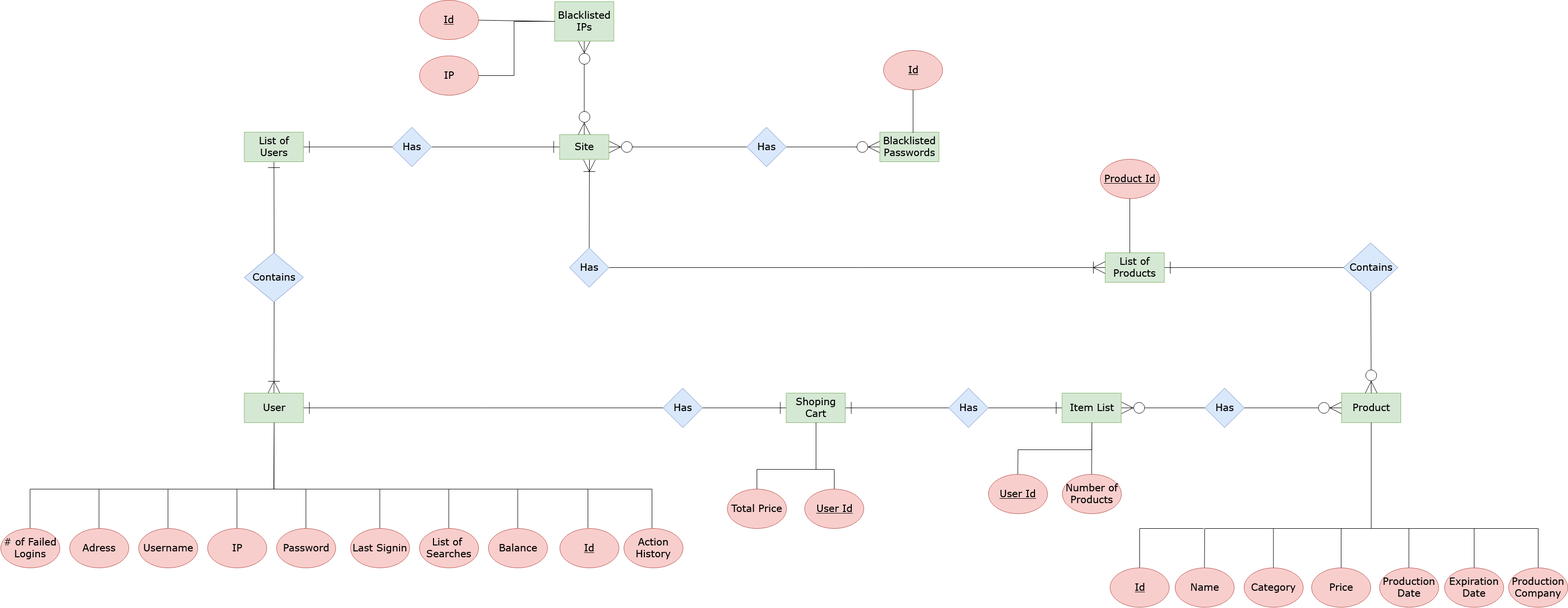
Paul-Reftu/DBMSP-2018-2019 keeps this draw.io diagram as ERD.png. Above is the earlier version. Source tidied: cells renumbered, new cells last; positions are measured from the earlier drawing's top-left corner, leaving out a move shared by most shapes.
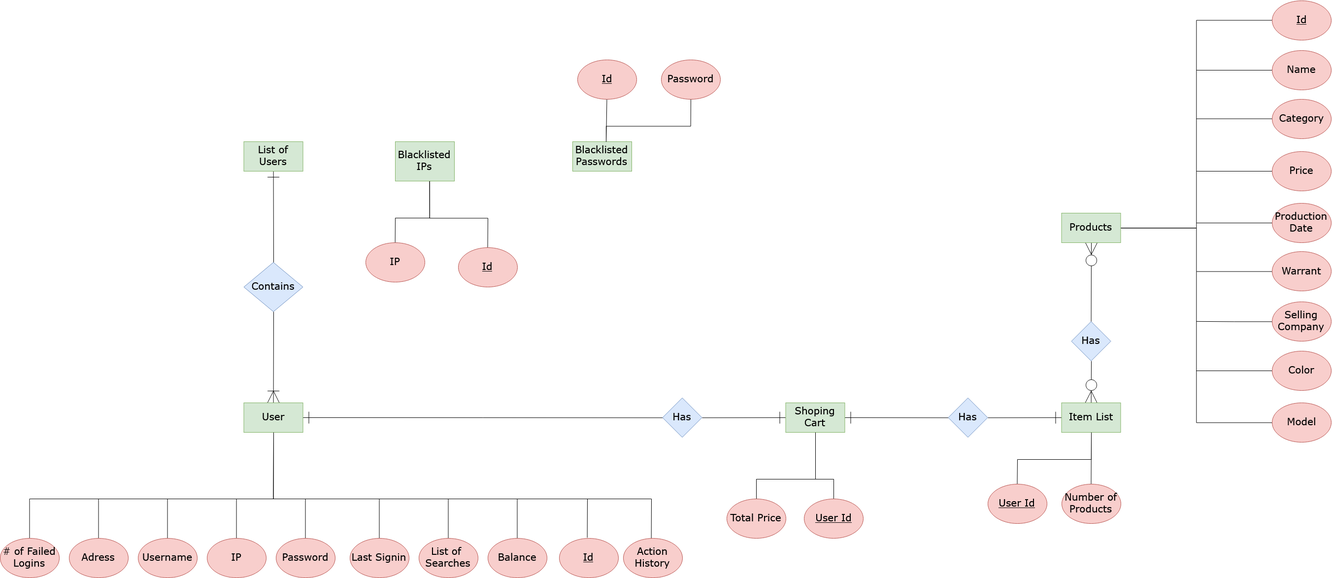
The same file after the commit.

Change to the diagram source:
```diff
@@ -4,32 +4,8 @@
     <mxCell id="1" parent="0" />
-    <mxCell id="2" style="edgeStyle=none;rounded=0;jettySize=auto;html=1;entryX=0;entryY=0.5;entryDx=0;entryDy=0;startArrow=ERzeroToMany;startFill=1;endArrow=none;endFill=0;fontFamily=Verdana;fontSize=20;endSize=22;startSize=22;" parent="1" edge="1" source="4" target="8">
-      <mxGeometry relative="1" as="geometry" />
-    </mxCell>
-    <mxCell id="3" style="edgeStyle=none;rounded=0;jettySize=auto;html=1;startArrow=none;startFill=0;endArrow=ERone;endFill=0;fontFamily=Verdana;fontSize=20;exitX=1;exitY=0.5;exitDx=0;exitDy=0;endSize=22;startSize=22;" parent="1" edge="1" source="10" target="4">
-      <mxGeometry relative="1" as="geometry" />
-    </mxCell>
-    <mxCell id="4" value="&lt;font style=&quot;font-size: 20px&quot; face=&quot;Verdana&quot;&gt;Site&lt;/font&gt;" style="rounded=0;whiteSpace=wrap;html=1;fillColor=#d5e8d4;strokeColor=#82b366;" parent="1" vertex="1">
-      <mxGeometry x="1134.5" y="273" width="100" height="50" as="geometry" />
-    </mxCell>
-    <mxCell id="5" style="rounded=0;jettySize=auto;html=1;startArrow=ERzeroToMany;startFill=1;endArrow=ERzeroToMany;endFill=1;endSize=22;startSize=22;" parent="1" edge="1" source="6" target="4">
-      <mxGeometry relative="1" as="geometry" />
-    </mxCell>
     <mxCell id="6" value="&lt;div&gt;&lt;font style=&quot;font-size: 20px&quot; face=&quot;Verdana&quot;&gt;Blacklisted &lt;/font&gt;&lt;font style=&quot;font-size: 20px&quot; face=&quot;Verdana&quot;&gt;IPs&lt;/font&gt;&lt;/div&gt;" style="rounded;whiteSpace=wrap;html=1;fillColor=#d5e8d4;strokeColor=#82b366;" parent="1" vertex="1">
-      <mxGeometry x="1124.5" y="3" width="120" height="80" as="geometry" />
+      <mxGeometry x="802" y="268" width="120" height="80" as="geometry" />
     </mxCell>
-    <mxCell id="7" style="edgeStyle=none;rounded=0;jettySize=auto;html=1;entryX=0;entryY=0.5;entryDx=0;entryDy=0;startArrow=none;startFill=0;endArrow=ERzeroToMany;endFill=1;fontFamily=Verdana;fontSize=20;endSize=22;startSize=22;" parent="1" edge="1" source="8" target="9">
-      <mxGeometry relative="1" as="geometry" />
-    </mxCell>
-    <mxCell id="8" value="Has" style="rhombus;whiteSpace=wrap;html=1;fontFamily=Verdana;fontSize=20;fillColor=#dae8fc;strokeColor=#6c8ebf;" parent="1" vertex="1">
-      <mxGeometry x="1514.5" y="258" width="80" height="80" as="geometry" />
-    </mxCell>
     <mxCell id="9" value="Blacklisted Passwords" style="rounded=0;whiteSpace=wrap;html=1;fontFamily=Verdana;fontSize=20;fillColor=#d5e8d4;strokeColor=#82b366;" parent="1" vertex="1">
-      <mxGeometry x="1784.5" y="268" width="120" height="60" as="geometry" />
+      <mxGeometry x="1162" y="268" width="120" height="60" as="geometry" />
     </mxCell>
-    <mxCell id="10" value="Has" style="rhombus;whiteSpace=wrap;html=1;fontFamily=Verdana;fontSize=20;fillColor=#dae8fc;strokeColor=#6c8ebf;" parent="1" vertex="1">
-      <mxGeometry x="794.5" y="258" width="80" height="80" as="geometry" />
-    </mxCell>
-    <mxCell id="11" style="edgeStyle=none;rounded=0;jettySize=auto;html=1;startArrow=none;startFill=0;endArrow=ERone;endFill=0;fontFamily=Verdana;fontSize=20;exitX=0;exitY=0.5;exitDx=0;exitDy=0;endSize=22;startSize=22;" parent="1" edge="1" source="10" target="13">
-      <mxGeometry relative="1" as="geometry" />
-    </mxCell>
     <mxCell id="12" style="edgeStyle=none;rounded=0;jettySize=auto;html=1;startArrow=none;startFill=0;endArrow=ERone;endFill=0;fontFamily=Verdana;fontSize=20;exitX=0.5;exitY=0;exitDx=0;exitDy=0;endSize=22;startSize=22;" parent="1" edge="1" source="14" target="13">
@@ -151,3 +127,3 @@
     </mxCell>
-    <mxCell id="42" style="edgeStyle=none;rounded=0;jettySize=auto;html=1;entryX=0;entryY=0.5;entryDx=0;entryDy=0;startArrow=ERzeroToMany;startFill=1;endArrow=none;endFill=0;fontFamily=Verdana;fontSize=20;endSize=22;startSize=22;" parent="1" edge="1" source="43" target="47">
+    <mxCell id="42" style="edgeStyle=none;rounded=0;jettySize=auto;html=1;entryX=0.5;entryY=1;entryDx=0;entryDy=0;startArrow=ERzeroToMany;startFill=1;endArrow=none;endFill=0;fontFamily=Verdana;fontSize=20;endSize=22;startSize=22;" parent="1" edge="1" source="43" target="47">
       <mxGeometry relative="1" as="geometry" />
@@ -163,76 +139,66 @@
     </mxCell>
-    <mxCell id="46" style="edgeStyle=none;rounded=0;jettySize=auto;html=1;entryX=0;entryY=0.5;entryDx=0;entryDy=0;startArrow=none;startFill=0;endArrow=ERzeroToMany;endFill=1;fontFamily=Verdana;fontSize=20;endSize=22;startSize=22;" parent="1" edge="1" source="47" target="48">
-      <mxGeometry relative="1" as="geometry" />
+    <mxCell id="46" style="edgeStyle=none;rounded=0;jettySize=auto;html=1;startArrow=none;startFill=0;endArrow=ERzeroToMany;endFill=1;fontFamily=Verdana;fontSize=20;endSize=22;startSize=22;" parent="1" edge="1" source="47">
+      <mxGeometry relative="1" as="geometry">
+        <mxPoint x="2215" y="473" as="targetPoint" />
+      </mxGeometry>
     </mxCell>
     <mxCell id="47" value="Has" style="rhombus;whiteSpace=wrap;html=1;fontFamily=Verdana;fontSize=20;fillColor=#dae8fc;strokeColor=#6c8ebf;" parent="1" vertex="1">
-      <mxGeometry x="2444.5" y="788" width="80" height="80" as="geometry" />
+      <mxGeometry x="2174.5" y="633" width="80" height="80" as="geometry" />
     </mxCell>
-    <mxCell id="48" value="&lt;div&gt;Product&lt;/div&gt;" style="rounded=0;whiteSpace=wrap;html=1;fontFamily=Verdana;fontSize=20;fillColor=#d5e8d4;strokeColor=#82b366;" parent="1" vertex="1">
-      <mxGeometry x="2722" y="798" width="120" height="60" as="geometry" />
+    <mxCell id="48" value="&lt;div&gt;Products&lt;/div&gt;" style="rounded=0;whiteSpace=wrap;html=1;fontFamily=Verdana;fontSize=20;fillColor=#d5e8d4;strokeColor=#82b366;" parent="1" vertex="1">
+      <mxGeometry x="2154.5" y="413" width="120" height="60" as="geometry" />
     </mxCell>
-    <mxCell id="49" style="edgeStyle=none;rounded=0;jettySize=auto;html=1;entryX=0.5;entryY=1;entryDx=0;entryDy=0;startArrow=none;startFill=0;endArrow=none;endFill=0;fontFamily=Verdana;fontSize=20;" parent="1" edge="1" source="50" target="48">
-      <mxGeometry relative="1" as="geometry">
-        <Array as="points">
-          <mxPoint x="2444" y="1073" />
-          <mxPoint x="2782" y="1073" />
-        </Array>
-      </mxGeometry>
-    </mxCell>
+    <mxCell id="86" style="edgeStyle=orthogonalEdgeStyle;rounded=0;comic=0;jumpSize=0;jettySize=auto;html=1;shadow=0;endArrow=none;endFill=0;" parent="1" edge="1" source="50">
+      <mxGeometry relative="1" as="geometry">
+        <mxPoint x="2428.5" y="123" as="targetPoint" />
+      </mxGeometry>
+    </mxCell>
     <mxCell id="50" value="&lt;div&gt;Name&lt;/div&gt;" style="ellipse;whiteSpace=wrap;html=1;fontFamily=Verdana;fontSize=20;fillColor=#f8cecc;strokeColor=#b85450;" parent="1" vertex="1">
-      <mxGeometry x="2383.5" y="1153" width="120" height="80" as="geometry" />
+      <mxGeometry x="2582" y="83" width="120" height="80" as="geometry" />
     </mxCell>
-    <mxCell id="51" style="edgeStyle=none;rounded=0;jettySize=auto;html=1;startArrow=none;startFill=0;endArrow=none;endFill=0;fontFamily=Verdana;fontSize=20;" parent="1" edge="1" source="52">
-      <mxGeometry relative="1" as="geometry">
-        <mxPoint x="2583.5" y="1073" as="targetPoint" />
-      </mxGeometry>
-    </mxCell>
+    <mxCell id="87" style="edgeStyle=orthogonalEdgeStyle;rounded=0;comic=0;jumpSize=0;jettySize=auto;html=1;shadow=0;endArrow=none;endFill=0;" parent="1" edge="1" source="52">
+      <mxGeometry relative="1" as="geometry">
+        <mxPoint x="2428.2" y="221.5" as="targetPoint" />
+      </mxGeometry>
+    </mxCell>
     <mxCell id="52" value="Category" style="ellipse;whiteSpace=wrap;html=1;fontFamily=Verdana;fontSize=20;fillColor=#f8cecc;strokeColor=#b85450;" parent="1" vertex="1">
-      <mxGeometry x="2523.5" y="1153" width="120" height="80" as="geometry" />
+      <mxGeometry x="2582" y="181.5" width="120" height="80" as="geometry" />
     </mxCell>
-    <mxCell id="53" style="edgeStyle=none;rounded=0;jettySize=auto;html=1;startArrow=none;startFill=0;endArrow=none;endFill=0;fontFamily=Verdana;fontSize=20;" parent="1" edge="1" source="54">
-      <mxGeometry relative="1" as="geometry">
-        <mxPoint x="2721" y="1073" as="targetPoint" />
-      </mxGeometry>
-    </mxCell>
+    <mxCell id="88" style="edgeStyle=orthogonalEdgeStyle;rounded=0;comic=0;jumpSize=0;jettySize=auto;html=1;shadow=0;endArrow=none;endFill=0;" parent="1" edge="1" source="54">
+      <mxGeometry relative="1" as="geometry">
+        <mxPoint x="2428.5" y="328" as="targetPoint" />
+      </mxGeometry>
+    </mxCell>
     <mxCell id="54" value="Price" style="ellipse;whiteSpace=wrap;html=1;fontFamily=Verdana;fontSize=20;fillColor=#f8cecc;strokeColor=#b85450;" parent="1" vertex="1">
-      <mxGeometry x="2661" y="1153" width="120" height="80" as="geometry" />
+      <mxGeometry x="2582" y="288" width="120" height="80" as="geometry" />
     </mxCell>
-    <mxCell id="55" style="edgeStyle=none;rounded=0;jettySize=auto;html=1;startArrow=none;startFill=0;endArrow=none;endFill=0;fontFamily=Verdana;fontSize=20;" parent="1" edge="1" source="56">
-      <mxGeometry relative="1" as="geometry">
-        <mxPoint x="2858.5" y="1073" as="targetPoint" />
-      </mxGeometry>
-    </mxCell>
+    <mxCell id="89" style="edgeStyle=orthogonalEdgeStyle;rounded=0;comic=0;jumpSize=0;jettySize=auto;html=1;shadow=0;endArrow=none;endFill=0;" parent="1" edge="1" source="56">
+      <mxGeometry relative="1" as="geometry">
+        <mxPoint x="2428.5" y="433" as="targetPoint" />
+      </mxGeometry>
+    </mxCell>
     <mxCell id="56" value="Production Date" style="ellipse;whiteSpace=wrap;html=1;fontFamily=Verdana;fontSize=20;fillColor=#f8cecc;strokeColor=#b85450;" parent="1" vertex="1">
-      <mxGeometry x="2798.5" y="1153" width="120" height="80" as="geometry" />
+      <mxGeometry x="2582" y="393" width="120" height="80" as="geometry" />
     </mxCell>
-    <mxCell id="57" style="edgeStyle=none;rounded=0;jettySize=auto;html=1;startArrow=none;startFill=0;endArrow=none;endFill=0;fontFamily=Verdana;fontSize=20;" parent="1" edge="1" source="58">
-      <mxGeometry relative="1" as="geometry">
-        <mxPoint x="2991" y="1073" as="targetPoint" />
-      </mxGeometry>
-    </mxCell>
+    <mxCell id="90" style="edgeStyle=orthogonalEdgeStyle;rounded=0;comic=0;jumpSize=0;jettySize=auto;html=1;shadow=0;endArrow=none;endFill=0;" parent="1" edge="1" source="58">
+      <mxGeometry relative="1" as="geometry">
+        <mxPoint x="2428.6" y="531.5" as="targetPoint" />
+      </mxGeometry>
+    </mxCell>
-    <mxCell id="58" value="Expiration Date" style="ellipse;whiteSpace=wrap;html=1;fontFamily=Verdana;fontSize=20;fillColor=#f8cecc;strokeColor=#b85450;" parent="1" vertex="1">
-      <mxGeometry x="2931" y="1153" width="120" height="80" as="geometry" />
+    <mxCell id="58" value="Warrant" style="ellipse;whiteSpace=wrap;html=1;fontFamily=Verdana;fontSize=20;fillColor=#f8cecc;strokeColor=#b85450;" parent="1" vertex="1">
+      <mxGeometry x="2582" y="491.5" width="120" height="80" as="geometry" />
     </mxCell>
-    <mxCell id="59" style="edgeStyle=none;rounded=0;jettySize=auto;html=1;startArrow=none;startFill=0;endArrow=none;endFill=0;fontFamily=Verdana;fontSize=20;" parent="1" edge="1" source="60">
-      <mxGeometry relative="1" as="geometry">
-        <mxPoint x="2782" y="863" as="targetPoint" />
-        <Array as="points">
-          <mxPoint x="3121" y="1073" />
-          <mxPoint x="2782" y="1073" />
-        </Array>
-      </mxGeometry>
-    </mxCell>
+    <mxCell id="91" style="edgeStyle=orthogonalEdgeStyle;rounded=0;comic=0;jettySize=auto;html=1;shadow=0;endArrow=none;endFill=0;" parent="1" edge="1" source="60">
+      <mxGeometry relative="1" as="geometry">
+        <mxPoint x="2428.2" y="632.8" as="targetPoint" />
+      </mxGeometry>
+    </mxCell>
-    <mxCell id="60" value="Production Company" style="ellipse;whiteSpace=wrap;html=1;fontFamily=Verdana;fontSize=20;fillColor=#f8cecc;strokeColor=#b85450;" parent="1" vertex="1">
-      <mxGeometry x="3061" y="1153" width="120" height="80" as="geometry" />
+    <mxCell id="60" value="Selling Company" style="ellipse;whiteSpace=wrap;html=1;fontFamily=Verdana;fontSize=20;fillColor=#f8cecc;strokeColor=#b85450;" parent="1" vertex="1">
+      <mxGeometry x="2582" y="593" width="120" height="80" as="geometry" />
     </mxCell>
-    <mxCell id="61" style="edgeStyle=none;rounded=0;jettySize=auto;html=1;startArrow=none;startFill=0;endArrow=none;endFill=0;fontFamily=Verdana;fontSize=20;" parent="1" edge="1" source="62">
-      <mxGeometry relative="1" as="geometry">
-        <mxPoint x="2442" y="1073" as="targetPoint" />
-        <Array as="points">
-          <mxPoint x="2312" y="1073" />
-        </Array>
-      </mxGeometry>
-    </mxCell>
+    <mxCell id="92" style="edgeStyle=orthogonalEdgeStyle;rounded=0;jettySize=auto;html=1;entryX=1;entryY=0.5;entryDx=0;entryDy=0;endArrow=none;endFill=0;" parent="1" edge="1" source="62" target="48">
+      <mxGeometry relative="1" as="geometry" />
+    </mxCell>
     <mxCell id="62" value="&lt;u&gt;Id&lt;/u&gt;" style="ellipse;whiteSpace=wrap;html=1;fontFamily=Verdana;fontSize=20;fillColor=#f8cecc;strokeColor=#b85450;" parent="1" vertex="1">
-      <mxGeometry x="2252" y="1153" width="120" height="80" as="geometry" />
+      <mxGeometry x="2582" y="-18.5" width="120" height="80" as="geometry" />
     </mxCell>
@@ -282,20 +248,2 @@
     </mxCell>
-    <mxCell id="71" style="edgeStyle=none;rounded=0;jettySize=auto;html=1;startArrow=ERzeroToMany;startFill=1;endArrow=none;endFill=0;fontFamily=Verdana;fontSize=20;exitX=0.5;exitY=0;exitDx=0;exitDy=0;endSize=22;startSize=22;" parent="1" edge="1" source="48" target="72">
-      <mxGeometry relative="1" as="geometry" />
-    </mxCell>
-    <mxCell id="72" value="Contains" style="rhombus;whiteSpace=wrap;html=1;fontFamily=Verdana;fontSize=20;fillColor=#dae8fc;strokeColor=#6c8ebf;" parent="1" vertex="1">
-      <mxGeometry x="2726" y="493" width="110" height="100" as="geometry" />
-    </mxCell>
-    <mxCell id="73" style="edgeStyle=none;rounded=0;jettySize=auto;html=1;entryX=0;entryY=0.5;entryDx=0;entryDy=0;startArrow=ERone;startFill=0;endArrow=none;endFill=0;fontFamily=Verdana;fontSize=20;endSize=22;startSize=22;" parent="1" edge="1" source="74" target="72">
-      <mxGeometry relative="1" as="geometry" />
-    </mxCell>
-    <mxCell id="74" value="List of Products" style="rounded=0;whiteSpace=wrap;html=1;fontFamily=Verdana;fontSize=20;fillColor=#d5e8d4;strokeColor=#82b366;" parent="1" vertex="1">
-      <mxGeometry x="2242" y="513" width="120" height="60" as="geometry" />
-    </mxCell>
-    <mxCell id="75" style="edgeStyle=none;rounded=0;jettySize=auto;html=1;entryX=0.416;entryY=-0.002;entryDx=0;entryDy=0;startArrow=none;startFill=0;endArrow=none;endFill=0;fontFamily=Verdana;fontSize=20;entryPerimeter=0;" parent="1" edge="1" source="76" target="74">
-      <mxGeometry relative="1" as="geometry" />
-    </mxCell>
-    <mxCell id="76" value="&lt;u&gt;Product Id&lt;/u&gt;" style="ellipse;whiteSpace=wrap;html=1;fontFamily=Verdana;fontSize=20;fillColor=#f8cecc;strokeColor=#b85450;" parent="1" vertex="1">
-      <mxGeometry x="2232" y="323" width="120" height="80" as="geometry" />
-    </mxCell>
     <mxCell id="77" style="edgeStyle=none;rounded=0;jettySize=auto;html=1;startArrow=none;startFill=0;endArrow=none;endFill=0;fontFamily=Verdana;fontSize=20;entryX=0.566;entryY=0.01;entryDx=0;entryDy=0;entryPerimeter=0;" parent="1" edge="1" source="78" target="9">
@@ -304,25 +252,20 @@
     <mxCell id="78" value="&lt;u&gt;Id&lt;/u&gt;" style="ellipse;whiteSpace=wrap;html=1;fontFamily=Verdana;fontSize=20;fillColor=#f8cecc;strokeColor=#b85450;" parent="1" vertex="1">
-      <mxGeometry x="1792" y="101.6" width="120" height="80" as="geometry" />
+      <mxGeometry x="1172" y="101.6" width="120" height="80" as="geometry" />
     </mxCell>
-    <mxCell id="79" style="edgeStyle=none;rounded=0;jettySize=auto;html=1;entryX=0;entryY=0.5;entryDx=0;entryDy=0;startArrow=none;startFill=0;endArrow=ERoneToMany;endFill=0;fontFamily=Verdana;fontSize=20;endSize=22;startSize=22;" parent="1" edge="1" source="81" target="74">
-      <mxGeometry relative="1" as="geometry" />
-    </mxCell>
-    <mxCell id="80" style="edgeStyle=none;rounded=0;jettySize=auto;html=1;startArrow=ERoneToMany;startFill=0;endArrow=none;endFill=0;fontFamily=Verdana;fontSize=20;exitX=0.603;exitY=1.018;exitDx=0;exitDy=0;exitPerimeter=0;endSize=22;startSize=22;" parent="1" edge="1" source="4" target="81">
-      <mxGeometry relative="1" as="geometry" />
-    </mxCell>
-    <mxCell id="81" value="Has" style="rhombus;whiteSpace=wrap;html=1;fontFamily=Verdana;fontSize=20;fillColor=#dae8fc;strokeColor=#6c8ebf;" parent="1" vertex="1">
-      <mxGeometry x="1154.5" y="503" width="80" height="80" as="geometry" />
-    </mxCell>
-    <mxCell id="82" style="edgeStyle=none;rounded=0;jettySize=auto;html=1;entryX=0;entryY=0.5;entryDx=0;entryDy=0;startArrow=none;startFill=0;endArrow=none;endFill=0;fontFamily=Verdana;fontSize=20;" parent="1" edge="1" source="83" target="6">
-      <mxGeometry relative="1" as="geometry" />
+    <mxCell id="82" style="edgeStyle=orthogonalEdgeStyle;rounded=0;jettySize=auto;html=1;endArrow=none;endFill=0;entryX=0.581;entryY=1.003;entryDx=0;entryDy=0;entryPerimeter=0;" parent="1" edge="1" source="83" target="6">
+      <mxGeometry relative="1" as="geometry">
+        <Array as="points">
+          <mxPoint x="990" y="423" />
+          <mxPoint x="872" y="423" />
+        </Array>
+      </mxGeometry>
     </mxCell>
     <mxCell id="83" value="&lt;u&gt;Id&lt;/u&gt;" style="ellipse;whiteSpace=wrap;html=1;fontFamily=Verdana;fontSize=20;fillColor=#f8cecc;strokeColor=#b85450;" parent="1" vertex="1">
-      <mxGeometry x="849.5" y="-0.3" width="120" height="80" as="geometry" />
+      <mxGeometry x="929.5" y="483.2" width="120" height="80" as="geometry" />
     </mxCell>
-    <mxCell id="84" style="edgeStyle=none;rounded=0;jettySize=auto;html=1;startArrow=none;startFill=0;endArrow=none;endFill=0;fontFamily=Verdana;fontSize=20;exitX=1;exitY=0.5;exitDx=0;exitDy=0;" parent="1" edge="1" source="85">
+    <mxCell id="84" style="edgeStyle=none;rounded=0;jettySize=auto;html=1;startArrow=none;startFill=0;endArrow=none;endFill=0;fontFamily=Verdana;fontSize=20;exitX=0.5;exitY=0;exitDx=0;exitDy=0;entryX=0.579;entryY=1;entryDx=0;entryDy=0;entryPerimeter=0;" parent="1" edge="1" source="85" target="6">
       <mxGeometry relative="1" as="geometry">
-        <mxPoint x="1122" y="43" as="targetPoint" />
         <Array as="points">
-          <mxPoint x="1042" y="153" />
-          <mxPoint x="1042" y="43" />
+          <mxPoint x="802" y="423" />
+          <mxPoint x="872" y="423" />
         </Array>
@@ -331,4 +274,29 @@
     <mxCell id="85" value="IP" style="ellipse;whiteSpace=wrap;html=1;fontFamily=Verdana;fontSize=20;fillColor=#f8cecc;strokeColor=#b85450;" parent="1" vertex="1">
-      <mxGeometry x="849.5" y="113" width="120" height="80" as="geometry" />
+      <mxGeometry x="742" y="473" width="120" height="80" as="geometry" />
     </mxCell>
+    <mxCell id="93" style="edgeStyle=orthogonalEdgeStyle;rounded=0;jettySize=auto;html=1;endArrow=none;endFill=0;entryX=0.567;entryY=0;entryDx=0;entryDy=0;entryPerimeter=0;" parent="1" edge="1" source="94" target="9">
+      <mxGeometry relative="1" as="geometry">
+        <Array as="points">
+          <mxPoint x="1402" y="237" />
+          <mxPoint x="1230" y="237" />
+        </Array>
+      </mxGeometry>
+    </mxCell>
+    <mxCell id="94" value="&lt;font style=&quot;font-size: 20px&quot; face=&quot;Verdana&quot;&gt;Password&lt;/font&gt;" style="ellipse;whiteSpace=wrap;html=1;fillColor=#f8cecc;strokeColor=#b85450;" parent="1" vertex="1">
+      <mxGeometry x="1342" y="101.5" width="120" height="80" as="geometry" />
+    </mxCell>
+    <mxCell id="95" style="edgeStyle=orthogonalEdgeStyle;rounded=0;comic=0;jettySize=auto;html=1;shadow=0;endArrow=none;endFill=0;" parent="1" edge="1" source="96">
+      <mxGeometry relative="1" as="geometry">
+        <mxPoint x="2428" y="733" as="targetPoint" />
+      </mxGeometry>
+    </mxCell>
+    <mxCell id="96" value="&lt;font style=&quot;font-size: 20px&quot; face=&quot;Verdana&quot;&gt;Color&lt;/font&gt;" style="ellipse;whiteSpace=wrap;html=1;fillColor=#f8cecc;strokeColor=#b85450;" parent="1" vertex="1">
+      <mxGeometry x="2582" y="693" width="120" height="80" as="geometry" />
+    </mxCell>
+    <mxCell id="97" style="edgeStyle=orthogonalEdgeStyle;rounded=0;jettySize=auto;html=1;endArrow=none;endFill=0;entryX=1;entryY=0.5;entryDx=0;entryDy=0;" parent="1" edge="1" source="98" target="48">
+      <mxGeometry relative="1" as="geometry" />
+    </mxCell>
+    <mxCell id="98" value="&lt;font style=&quot;font-size: 20px&quot; face=&quot;Verdana&quot;&gt;Model&lt;/font&gt;" style="ellipse;whiteSpace=wrap;html=1;fillColor=#f8cecc;strokeColor=#b85450;" parent="1" vertex="1">
+      <mxGeometry x="2582" y="798" width="120" height="80" as="geometry" />
+    </mxCell>
   </root>
```
